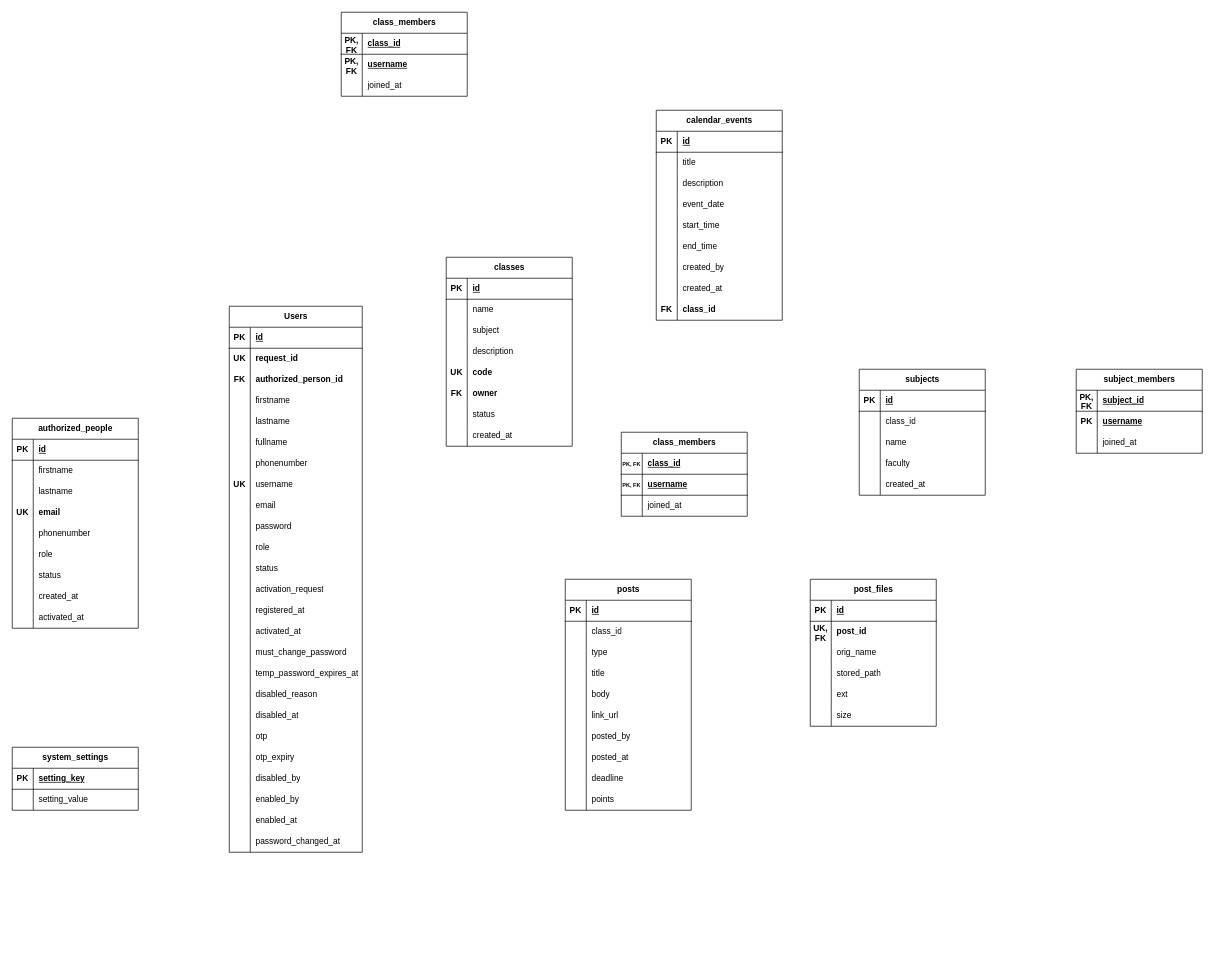
Above: finalized.drawio in RexKvntt/2nd-Year-Projects (draw.io), before the change. Source tidied: cells renumbered, new cells numbered last; positions are measured from the earlier drawing's top-left corner, leaving out a move shared by most shapes. Both pictures are drawn from the tidied source at 70%, with x=0, y=0 at pixel (12, 12).
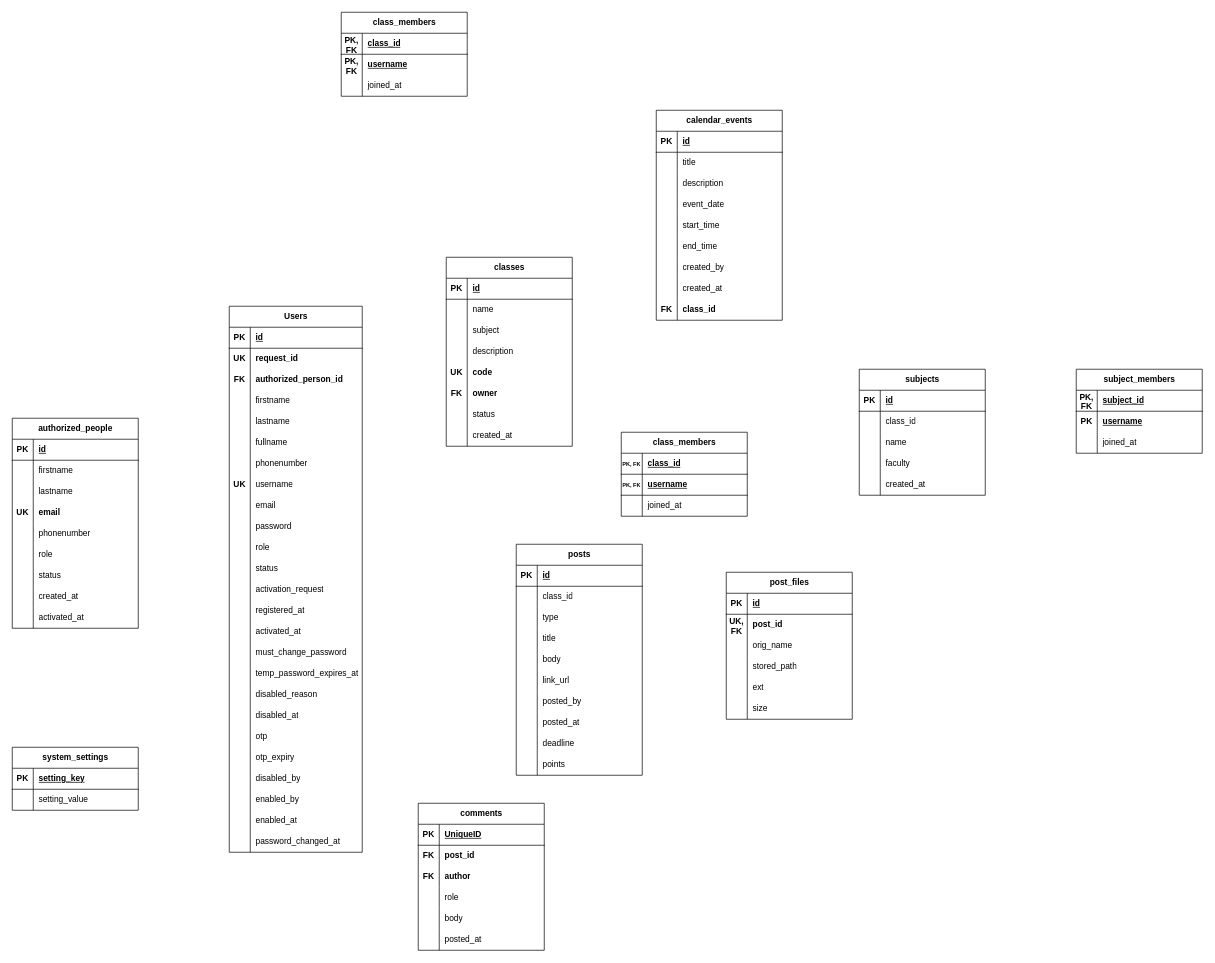
The same page after the edit.

Diff of the diagram source:
```diff
@@
     <mxCell id="212" value="posts" style="shape=table;startSize=30;childLayout=tableLayout;rowLines=0;fontStyle=1;align=center;html=1;" parent="1" vertex="1">
-      <mxGeometry x="790" y="810" width="180" height="330" as="geometry" />
+      <mxGeometry x="720" y="760" width="180" height="330" as="geometry" />
     </mxCell>
@@
     <mxCell id="243" value="post_files" style="shape=table;startSize=30;childLayout=tableLayout;rowLines=0;fontStyle=1;align=center;html=1;" parent="1" vertex="1">
-      <mxGeometry x="1140" y="810" width="180" height="210" as="geometry" />
+      <mxGeometry x="1020" y="800" width="180" height="210" as="geometry" />
     </mxCell>
@@
+    <mxCell id="262" value="comments" style="shape=table;startSize=30;childLayout=tableLayout;rowLines=0;fontStyle=1;align=center;html=1;" parent="1" vertex="1">
+      <mxGeometry x="580" y="1130" width="180" height="210" as="geometry" />
+    </mxCell>
+    <mxCell id="263" style="shape=tableRow;horizontal=0;startSize=0;swimlaneHead=0;swimlaneBody=0;fillColor=none;top=0;left=0;right=0;bottom=1;" parent="262" vertex="1">
+      <mxGeometry y="30" width="180" height="30" as="geometry" />
+    </mxCell>
+    <mxCell id="264" value="PK" style="shape=partialRectangle;fillColor=none;top=0;left=0;bottom=0;right=0;fontStyle=1;overflow=hidden;whiteSpace=wrap;html=1;" parent="263" vertex="1">
+      <mxGeometry width="30" height="30" as="geometry" />
+    </mxCell>
+    <mxCell id="265" value="UniqueID" style="shape=partialRectangle;fillColor=none;top=0;left=0;bottom=0;right=0;align=left;spacingLeft=6;fontStyle=5;overflow=hidden;whiteSpace=wrap;html=1;" parent="263" vertex="1">
+      <mxGeometry x="30" width="150" height="30" as="geometry" />
+    </mxCell>
+    <mxCell id="266" style="shape=tableRow;horizontal=0;startSize=0;swimlaneHead=0;swimlaneBody=0;fillColor=none;top=0;left=0;right=0;bottom=0;" parent="262" vertex="1">
+      <mxGeometry y="60" width="180" height="30" as="geometry" />
+    </mxCell>
+    <mxCell id="267" value="&lt;b&gt;FK&lt;/b&gt;" style="shape=partialRectangle;fillColor=none;top=0;left=0;bottom=0;right=0;overflow=hidden;whiteSpace=wrap;html=1;" parent="266" vertex="1">
+      <mxGeometry width="30" height="30" as="geometry" />
+    </mxCell>
+    <mxCell id="268" value="&lt;b&gt;post_id&lt;/b&gt;" style="shape=partialRectangle;fillColor=none;top=0;left=0;bottom=0;right=0;align=left;spacingLeft=6;overflow=hidden;whiteSpace=wrap;html=1;" parent="266" vertex="1">
+      <mxGeometry x="30" width="150" height="30" as="geometry" />
+    </mxCell>
+    <mxCell id="269" style="shape=tableRow;horizontal=0;startSize=0;swimlaneHead=0;swimlaneBody=0;fillColor=none;top=0;left=0;right=0;bottom=0;" parent="262" vertex="1">
+      <mxGeometry y="90" width="180" height="30" as="geometry" />
+    </mxCell>
+    <mxCell id="270" value="&lt;b&gt;FK&lt;/b&gt;" style="shape=partialRectangle;fillColor=none;top=0;left=0;bottom=0;right=0;overflow=hidden;whiteSpace=wrap;html=1;" parent="269" vertex="1">
+      <mxGeometry width="30" height="30" as="geometry" />
+    </mxCell>
+    <mxCell id="271" value="&lt;b&gt;author&lt;/b&gt;" style="shape=partialRectangle;fillColor=none;top=0;left=0;bottom=0;right=0;align=left;spacingLeft=6;overflow=hidden;whiteSpace=wrap;html=1;" parent="269" vertex="1">
+      <mxGeometry x="30" width="150" height="30" as="geometry" />
+    </mxCell>
+    <mxCell id="272" style="shape=tableRow;horizontal=0;startSize=0;swimlaneHead=0;swimlaneBody=0;fillColor=none;top=0;left=0;right=0;bottom=0;" parent="262" vertex="1">
+      <mxGeometry y="120" width="180" height="30" as="geometry" />
+    </mxCell>
+    <mxCell id="273" style="shape=partialRectangle;fillColor=none;top=0;left=0;bottom=0;right=0;overflow=hidden;whiteSpace=wrap;html=1;" parent="272" vertex="1">
+      <mxGeometry width="30" height="30" as="geometry" />
+    </mxCell>
+    <mxCell id="274" value="role" style="shape=partialRectangle;fillColor=none;top=0;left=0;bottom=0;right=0;align=left;spacingLeft=6;overflow=hidden;whiteSpace=wrap;html=1;" parent="272" vertex="1">
+      <mxGeometry x="30" width="150" height="30" as="geometry" />
+    </mxCell>
+    <mxCell id="275" style="shape=tableRow;horizontal=0;startSize=0;swimlaneHead=0;swimlaneBody=0;fillColor=none;top=0;left=0;right=0;bottom=0;" parent="262" vertex="1">
+      <mxGeometry y="150" width="180" height="30" as="geometry" />
+    </mxCell>
+    <mxCell id="276" style="shape=partialRectangle;fillColor=none;top=0;left=0;bottom=0;right=0;overflow=hidden;whiteSpace=wrap;html=1;" parent="275" vertex="1">
+      <mxGeometry width="30" height="30" as="geometry" />
+    </mxCell>
+    <mxCell id="277" value="body" style="shape=partialRectangle;fillColor=none;top=0;left=0;bottom=0;right=0;align=left;spacingLeft=6;overflow=hidden;whiteSpace=wrap;html=1;" parent="275" vertex="1">
+      <mxGeometry x="30" width="150" height="30" as="geometry" />
+    </mxCell>
+    <mxCell id="278" style="shape=tableRow;horizontal=0;startSize=0;swimlaneHead=0;swimlaneBody=0;fillColor=none;top=0;left=0;right=0;bottom=0;" parent="262" vertex="1">
+      <mxGeometry y="180" width="180" height="30" as="geometry" />
+    </mxCell>
+    <mxCell id="279" style="shape=partialRectangle;fillColor=none;top=0;left=0;bottom=0;right=0;overflow=hidden;whiteSpace=wrap;html=1;" parent="278" vertex="1">
+      <mxGeometry width="30" height="30" as="geometry" />
+    </mxCell>
+    <mxCell id="280" value="posted_at" style="shape=partialRectangle;fillColor=none;top=0;left=0;bottom=0;right=0;align=left;spacingLeft=6;overflow=hidden;whiteSpace=wrap;html=1;" parent="278" vertex="1">
+      <mxGeometry x="30" width="150" height="30" as="geometry" />
+    </mxCell>
```
